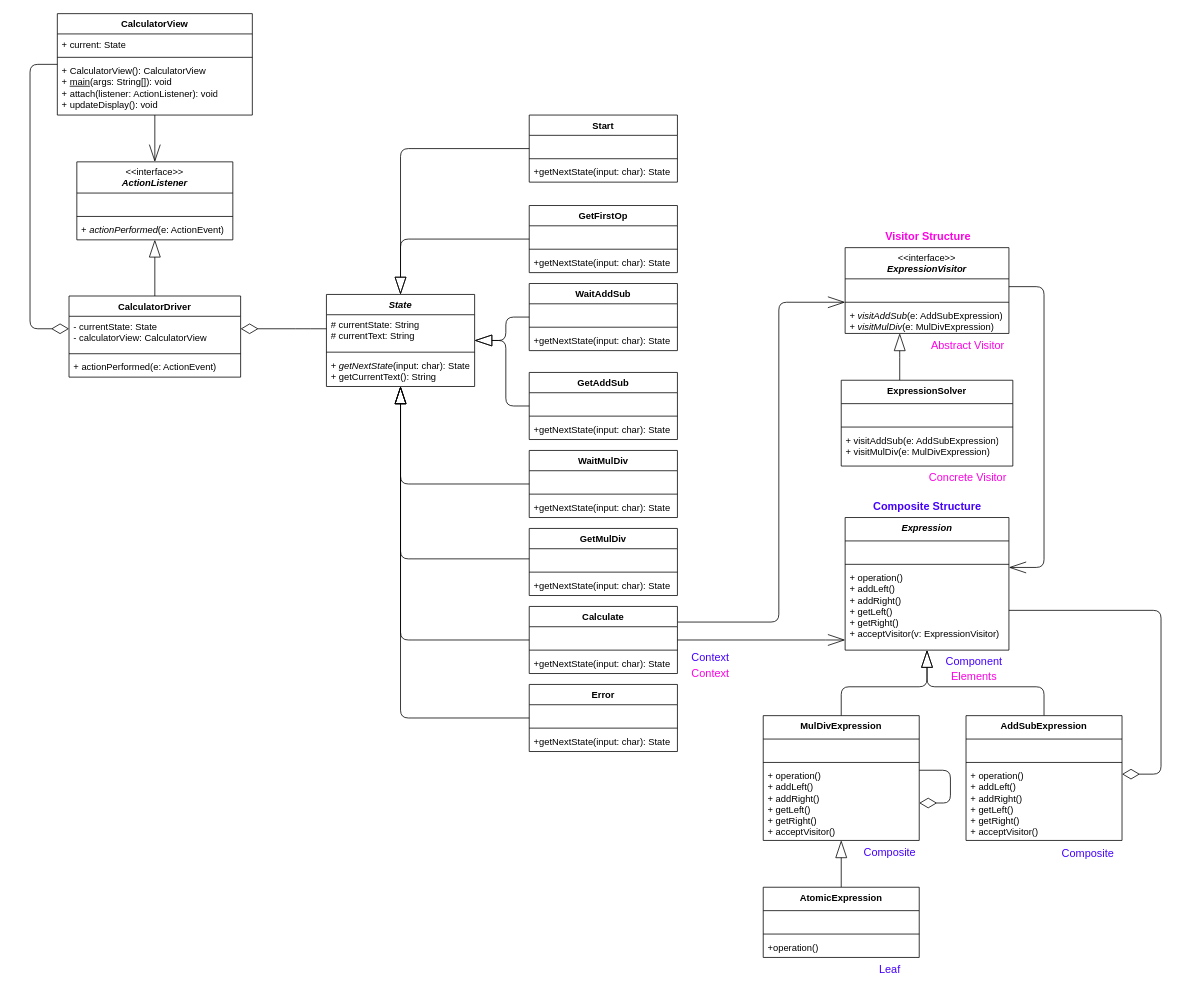
Above: Assignment 4/Calculator Class Diagram.drawio in slamjam02/SE311-Homeworks (draw.io), before the change. Source tidied: cells renumbered, new cells numbered last; positions are measured from the earlier drawing's top-left corner, leaving out a move shared by most shapes. Both pictures are drawn from the tidied source at 78%, with x=0, y=0 at pixel (30, 13).
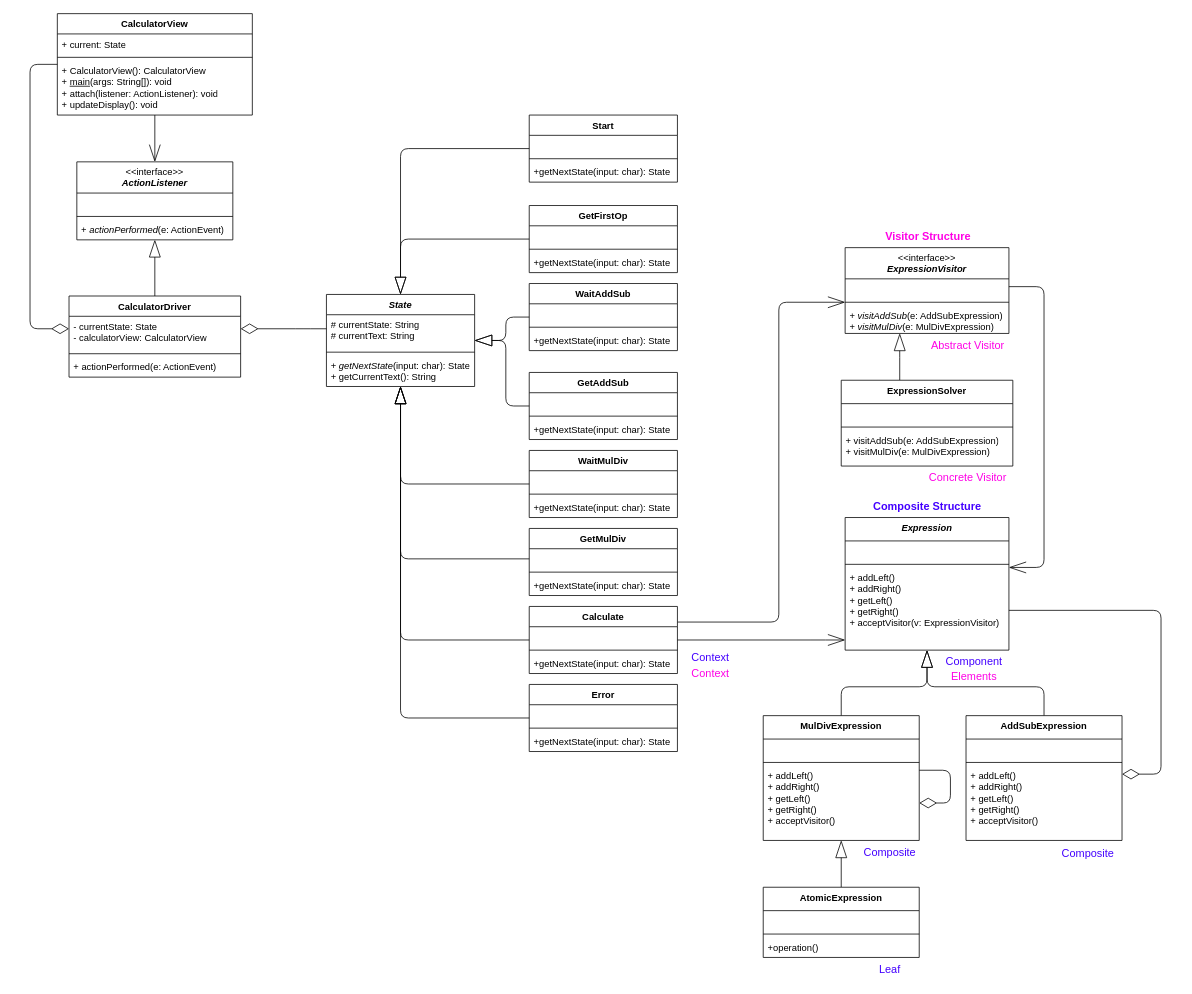
After the change.

Unchanged cells that the change refers to:
```xml
<mxCell id="70" value="&lt;i&gt;Expression&lt;/i&gt;" style="swimlane;fontStyle=1;align=center;verticalAlign=top;horizontal=1;startSize=30;whiteSpace=wrap;html=1;" parent="1" vertex="1">
  <mxGeometry x="1045" y="646" width="210" height="170" as="geometry" />
</mxCell>
<mxCell id="75" value="MulDivExpression" style="swimlane;fontStyle=1;align=center;verticalAlign=top;horizontal=1;startSize=30;whiteSpace=wrap;html=1;" parent="1" vertex="1">
  <mxGeometry x="940" y="900" width="200" height="160" as="geometry" />
</mxCell>
<mxCell id="81" value="AddSubExpression" style="swimlane;fontStyle=1;align=center;verticalAlign=top;horizontal=1;startSize=30;whiteSpace=wrap;html=1;" parent="1" vertex="1">
  <mxGeometry x="1200" y="900" width="200" height="160" as="geometry" />
</mxCell>
```

What changed in the source:
```diff
@@
-    <mxCell id="73" value="+ operation()&lt;div&gt;+ addLeft()&lt;/div&gt;&lt;div&gt;+ addRight()&lt;/div&gt;&lt;div&gt;+ getLeft()&lt;/div&gt;&lt;div&gt;+ getRight()&lt;/div&gt;&lt;div&gt;+ acceptVisitor(v: ExpressionVisitor)&lt;/div&gt;" style="text;strokeColor=none;fillColor=none;align=left;verticalAlign=top;spacingLeft=4;spacingRight=4;overflow=hidden;whiteSpace=wrap;html=1;" parent="70" vertex="1">
+    <mxCell id="73" value="&lt;div&gt;+ addLeft()&lt;/div&gt;&lt;div&gt;+ addRight()&lt;/div&gt;&lt;div&gt;+ getLeft()&lt;/div&gt;&lt;div&gt;+ getRight()&lt;/div&gt;&lt;div&gt;+ acceptVisitor(v: ExpressionVisitor)&lt;/div&gt;" style="text;strokeColor=none;fillColor=none;align=left;verticalAlign=top;spacingLeft=4;spacingRight=4;overflow=hidden;whiteSpace=wrap;html=1;" parent="70" vertex="1">
       <mxGeometry y="64" width="210" height="106" as="geometry" />
     </mxCell>
@@
-    <mxCell id="78" value="+ operation()&lt;div&gt;+ addLeft()&lt;/div&gt;&lt;div&gt;+ addRight()&lt;/div&gt;&lt;div&gt;+ getLeft()&lt;/div&gt;&lt;div&gt;+ getRight()&lt;/div&gt;&lt;div&gt;+ acceptVisitor()&lt;br&gt;&lt;/div&gt;" style="text;strokeColor=none;fillColor=none;align=left;verticalAlign=top;spacingLeft=4;spacingRight=4;overflow=hidden;points=[[0,0.5],[1,0.5]];portConstraint=eastwest;whiteSpace=wrap;html=1;" parent="75" vertex="1">
+    <mxCell id="78" value="&lt;div&gt;+ addLeft()&lt;/div&gt;&lt;div&gt;+ addRight()&lt;/div&gt;&lt;div&gt;+ getLeft()&lt;/div&gt;&lt;div&gt;+ getRight()&lt;/div&gt;&lt;div&gt;+ acceptVisitor()&lt;br&gt;&lt;/div&gt;" style="text;strokeColor=none;fillColor=none;align=left;verticalAlign=top;spacingLeft=4;spacingRight=4;overflow=hidden;points=[[0,0.5],[1,0.5]];portConstraint=eastwest;whiteSpace=wrap;html=1;" parent="75" vertex="1">
       <mxGeometry y="64" width="200" height="96" as="geometry" />
     </mxCell>
@@
-    <mxCell id="84" value="+ operation()&lt;div&gt;+ addLeft()&lt;/div&gt;&lt;div&gt;+ addRight()&lt;/div&gt;&lt;div&gt;+ getLeft()&lt;/div&gt;&lt;div&gt;+ getRight()&lt;/div&gt;&lt;div&gt;+ acceptVisitor()&lt;br&gt;&lt;/div&gt;" style="text;strokeColor=none;fillColor=none;align=left;verticalAlign=top;spacingLeft=4;spacingRight=4;overflow=hidden;whiteSpace=wrap;html=1;" parent="81" vertex="1">
+    <mxCell id="84" value="&lt;div&gt;+ addLeft()&lt;/div&gt;&lt;div&gt;+ addRight()&lt;/div&gt;&lt;div&gt;+ getLeft()&lt;/div&gt;&lt;div&gt;+ getRight()&lt;/div&gt;&lt;div&gt;+ acceptVisitor()&lt;br&gt;&lt;/div&gt;" style="text;strokeColor=none;fillColor=none;align=left;verticalAlign=top;spacingLeft=4;spacingRight=4;overflow=hidden;whiteSpace=wrap;html=1;" parent="81" vertex="1">
       <mxGeometry y="64" width="200" height="96" as="geometry" />
     </mxCell>
```
